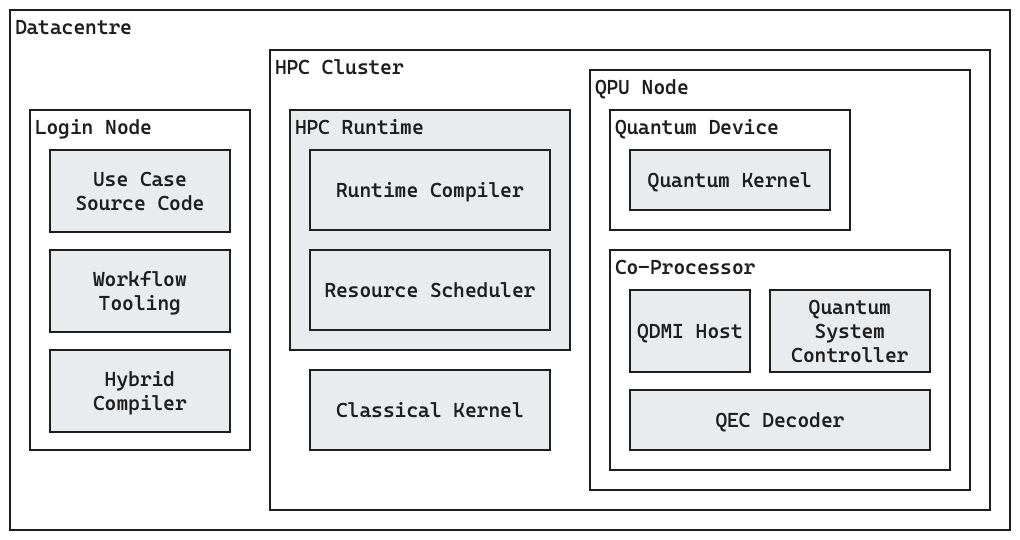
Above: docs/images/Deployment-HPC.excalidraw.png in FullStaQD/architecture (Excalidraw), before the change. Source tidied: one line per element, renumbered; positions are measured from the earlier drawing's top-left corner, leaving out a move shared by most shapes.
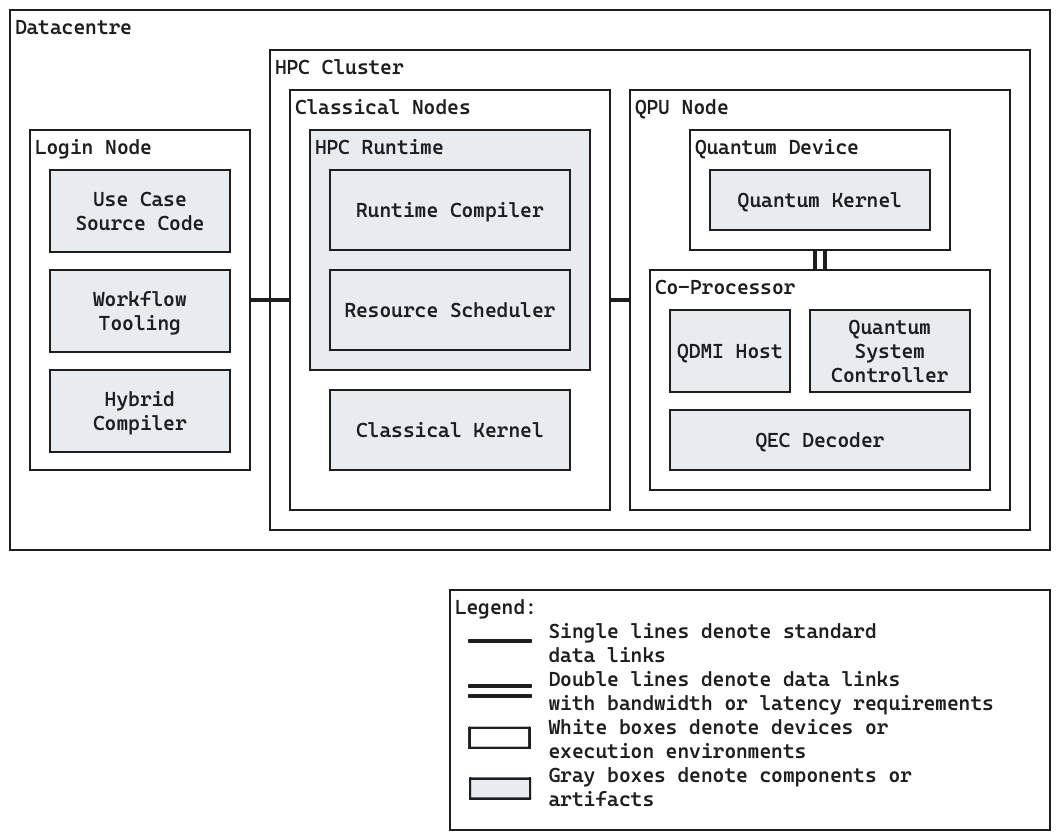
The same diagram one commit later.

Commit message:
fix: draw links in deployment diagram, add legend

Change to the diagram source:
```diff
@@ -1,36 +1,47 @@
-{"id": 0, "type": "rectangle", "strokeColor": "#1e1e1e", "backgroundColor": "#ffffff", "fillStyle": "solid", "strokeWidth": 1, "roughness": 0, "x": 0, "y": 0, "width": 1000, "height": 520}
+{"id": 0, "type": "rectangle", "strokeColor": "#1e1e1e", "backgroundColor": "#ffffff", "fillStyle": "solid", "strokeWidth": 1, "roughness": 0, "x": 0, "y": -20, "width": 1040, "height": 540}
-{"id": 1, "type": "text", "text": "Datacentre", "strokeColor": "#1e1e1e", "strokeWidth": 1, "roughness": 0, "fontSize": 20, "fontFamily": 3, "inside": 0, "x": 5, "y": 5, "width": 117, "height": 24}
+{"id": 1, "type": "text", "text": "Datacentre", "strokeColor": "#1e1e1e", "strokeWidth": 1, "roughness": 0, "fontSize": 20, "fontFamily": 3, "inside": 0, "x": 5, "y": -15, "width": 117, "height": 24}
+{"id": 8, "type": "rectangle", "strokeColor": "#1e1e1e", "backgroundColor": "#ffffff", "fillStyle": "solid", "strokeWidth": 1, "roughness": 0, "x": 260, "y": 20, "width": 760, "height": 480}
+{"id": 9, "type": "text", "text": "HPC Cluster", "strokeColor": "#1e1e1e", "strokeWidth": 1, "roughness": 0, "fontSize": 20, "fontFamily": 3, "inside": 8, "x": 265, "y": 25, "width": 129, "height": 24}
+{"id": 36, "type": "rectangle", "strokeColor": "#1e1e1e", "backgroundColor": "#ffffff", "fillStyle": "solid", "strokeWidth": 2, "roughness": 0, "x": 440, "y": 560, "width": 600, "height": 240}
+{"id": 37, "type": "text", "text": "Legend:\n        Single lines denote standard \n        data links\n        Double lines denote data links \n        with bandwidth or latency requirements\n        White boxes denote devices or \n        execution environments\n        Gray boxes denote components or \n        artifacts", "strokeColor": "#1e1e1e", "backgroundColor": "#ffffff", "fillStyle": "solid", "strokeWidth": 2, "roughness": 0, "fontSize": 20, "fontFamily": 3, "inside": 36, "x": 445, "y": 565, "width": 539, "height": 216}
+{"id": 38, "type": "rectangle", "strokeColor": "#1e1e1e", "backgroundColor": "#ffffff", "fillStyle": "solid", "strokeWidth": 2, "roughness": 0, "x": 460, "y": 698, "width": 60, "height": 20}
+{"id": 39, "type": "rectangle", "strokeColor": "#1e1e1e", "backgroundColor": "#e9ecef", "fillStyle": "solid", "strokeWidth": 2, "roughness": 0, "x": 460, "y": 749, "width": 60, "height": 20}
+{"id": 40, "type": "line", "strokeColor": "#1e1e1e", "backgroundColor": "#e9ecef", "fillStyle": "solid", "strokeWidth": 4, "roughness": 0, "x": 460, "y": 611, "width": 60, "height": 0, "points": [[0, 0], [60, 0]]}
+{"id": 41, "type": "line", "strokeColor": "#1e1e1e", "backgroundColor": "#e9ecef", "fillStyle": "solid", "strokeWidth": 4, "roughness": 0, "x": 460, "y": 656, "width": 60, "height": 0, "points": [[0, 0], [60, 0]]}
+{"id": 42, "type": "line", "strokeColor": "#1e1e1e", "backgroundColor": "#e9ecef", "fillStyle": "solid", "strokeWidth": 4, "roughness": 0, "x": 460, "y": 666, "width": 60, "height": 0, "points": [[0, 0], [60, 0]]}
+{"id": 43, "type": "line", "strokeColor": "#1e1e1e", "backgroundColor": "#e9ecef", "fillStyle": "solid", "strokeWidth": 4, "roughness": 0, "x": 240, "y": 270, "width": 40, "height": 0, "points": [[0, 0], [40, 0]]}
 {"id": 2, "type": "rectangle", "strokeColor": "#1e1e1e", "backgroundColor": "#ffffff", "fillStyle": "solid", "strokeWidth": 1, "roughness": 0, "x": 20, "y": 100, "width": 220, "height": 340}
 {"id": 3, "type": "text", "text": "Login Node", "strokeColor": "#1e1e1e", "strokeWidth": 1, "roughness": 0, "fontSize": 20, "fontFamily": 3, "inside": 2, "x": 25, "y": 105, "width": 117, "height": 24}
 {"id": 4, "type": "rectangle", "strokeColor": "#1e1e1e", "backgroundColor": "#e9ecef", "fillStyle": "solid", "strokeWidth": 1, "roughness": 0, "x": 40, "y": 240, "width": 180, "height": 82}
 {"id": 5, "type": "text", "text": "Workflow\nTooling", "strokeColor": "#1e1e1e", "backgroundColor": "#ffffff", "fillStyle": "solid", "strokeWidth": 1, "roughness": 0, "fontSize": 20, "fontFamily": 3, "textAlign": "center", "verticalAlign": "middle", "inside": 4, "x": 83, "y": 257, "width": 94, "height": 48}
 {"id": 6, "type": "rectangle", "strokeColor": "#1e1e1e", "backgroundColor": "#e9ecef", "fillStyle": "solid", "strokeWidth": 1, "roughness": 0, "x": 40, "y": 140, "width": 180, "height": 82}
 {"id": 7, "type": "text", "text": "Use Case\nSource Code", "strokeColor": "#1e1e1e", "backgroundColor": "#ffffff", "fillStyle": "solid", "strokeWidth": 1, "roughness": 0, "fontSize": 20, "fontFamily": 3, "textAlign": "center", "verticalAlign": "middle", "inside": 6, "x": 66, "y": 157, "width": 129, "height": 48}
-{"id": 8, "type": "rectangle", "strokeColor": "#1e1e1e", "backgroundColor": "#ffffff", "fillStyle": "solid", "strokeWidth": 1, "roughness": 0, "x": 260, "y": 40, "width": 720, "height": 460}
-{"id": 9, "type": "text", "text": "HPC Cluster", "strokeColor": "#1e1e1e", "strokeWidth": 1, "roughness": 0, "fontSize": 20, "fontFamily": 3, "inside": 8, "x": 265, "y": 45, "width": 129, "height": 24}
+{"id": 14, "type": "rectangle", "strokeColor": "#1e1e1e", "backgroundColor": "#e9ecef", "fillStyle": "solid", "strokeWidth": 1, "roughness": 0, "x": 40, "y": 340, "width": 180, "height": 82}
+{"id": 15, "type": "text", "text": "Hybrid\nCompiler", "strokeColor": "#1e1e1e", "backgroundColor": "#ffffff", "fillStyle": "solid", "strokeWidth": 1, "roughness": 0, "fontSize": 20, "fontFamily": 3, "textAlign": "center", "verticalAlign": "middle", "inside": 14, "x": 83, "y": 357, "width": 94, "height": 48}
+{"id": 44, "type": "line", "strokeColor": "#1e1e1e", "backgroundColor": "#e9ecef", "fillStyle": "solid", "strokeWidth": 4, "roughness": 0, "x": 600, "y": 270, "width": 20, "height": 0, "points": [[0, 0], [20, 0]]}
+{"id": 45, "type": "rectangle", "strokeColor": "#1e1e1e", "backgroundColor": "#ffffff", "fillStyle": "solid", "strokeWidth": 1, "roughness": 0, "x": 280, "y": 60, "width": 320, "height": 420}
+{"id": 46, "type": "text", "text": "Classical Nodes", "strokeColor": "#1e1e1e", "strokeWidth": 1, "roughness": 0, "fontSize": 20, "fontFamily": 3, "inside": 45, "x": 285, "y": 65, "width": 176, "height": 24}
-{"id": 10, "type": "rectangle", "strokeColor": "#1e1e1e", "backgroundColor": "#e9ecef", "fillStyle": "solid", "strokeWidth": 1, "roughness": 0, "x": 280, "y": 100, "width": 280, "height": 240}
+{"id": 10, "type": "rectangle", "strokeColor": "#1e1e1e", "backgroundColor": "#e9ecef", "fillStyle": "solid", "strokeWidth": 1, "roughness": 0, "x": 300, "y": 100, "width": 280, "height": 240}
-{"id": 11, "type": "text", "text": "HPC Runtime", "strokeColor": "#1e1e1e", "backgroundColor": "#ffffff", "fillStyle": "solid", "strokeWidth": 1, "roughness": 0, "fontSize": 20, "fontFamily": 3, "inside": 10, "x": 285, "y": 105, "width": 129, "height": 24}
+{"id": 11, "type": "text", "text": "HPC Runtime", "strokeColor": "#1e1e1e", "backgroundColor": "#ffffff", "fillStyle": "solid", "strokeWidth": 1, "roughness": 0, "fontSize": 20, "fontFamily": 3, "inside": 10, "x": 305, "y": 105, "width": 129, "height": 24}
-{"id": 12, "type": "rectangle", "strokeColor": "#1e1e1e", "backgroundColor": "#e9ecef", "fillStyle": "solid", "strokeWidth": 1, "roughness": 0, "x": 300, "y": 140, "width": 240, "height": 80}
+{"id": 12, "type": "rectangle", "strokeColor": "#1e1e1e", "backgroundColor": "#e9ecef", "fillStyle": "solid", "strokeWidth": 1, "roughness": 0, "x": 320, "y": 140, "width": 240, "height": 80}
-{"id": 13, "type": "text", "text": "Runtime Compiler", "strokeColor": "#1e1e1e", "backgroundColor": "#ffffff", "fillStyle": "solid", "strokeWidth": 1, "roughness": 0, "fontSize": 20, "fontFamily": 3, "textAlign": "center", "verticalAlign": "middle", "inside": 12, "x": 326, "y": 168, "width": 188, "height": 24}
+{"id": 13, "type": "text", "text": "Runtime Compiler", "strokeColor": "#1e1e1e", "backgroundColor": "#ffffff", "fillStyle": "solid", "strokeWidth": 1, "roughness": 0, "fontSize": 20, "fontFamily": 3, "textAlign": "center", "verticalAlign": "middle", "inside": 12, "x": 346, "y": 168, "width": 188, "height": 24}
-{"id": 14, "type": "rectangle", "strokeColor": "#1e1e1e", "backgroundColor": "#e9ecef", "fillStyle": "solid", "strokeWidth": 1, "roughness": 0, "x": 40, "y": 340, "width": 180, "height": 82}
-{"id": 15, "type": "text", "text": "Hybrid\nCompiler", "strokeColor": "#1e1e1e", "backgroundColor": "#ffffff", "fillStyle": "solid", "strokeWidth": 1, "roughness": 0, "fontSize": 20, "fontFamily": 3, "textAlign": "center", "verticalAlign": "middle", "inside": 14, "x": 83, "y": 357, "width": 94, "height": 48}
-{"id": 16, "type": "rectangle", "strokeColor": "#1e1e1e", "backgroundColor": "#e9ecef", "fillStyle": "solid", "strokeWidth": 1, "roughness": 0, "x": 300, "y": 240, "width": 240, "height": 80}
+{"id": 16, "type": "rectangle", "strokeColor": "#1e1e1e", "backgroundColor": "#e9ecef", "fillStyle": "solid", "strokeWidth": 1, "roughness": 0, "x": 320, "y": 240, "width": 240, "height": 80}
-{"id": 17, "type": "text", "text": "Resource Scheduler", "strokeColor": "#1e1e1e", "backgroundColor": "#ffffff", "fillStyle": "solid", "strokeWidth": 1, "roughness": 0, "fontSize": 20, "fontFamily": 3, "textAlign": "center", "verticalAlign": "middle", "inside": 16, "x": 315, "y": 268, "width": 211, "height": 24}
+{"id": 17, "type": "text", "text": "Resource Scheduler", "strokeColor": "#1e1e1e", "backgroundColor": "#ffffff", "fillStyle": "solid", "strokeWidth": 1, "roughness": 0, "fontSize": 20, "fontFamily": 3, "textAlign": "center", "verticalAlign": "middle", "inside": 16, "x": 335, "y": 268, "width": 211, "height": 24}
-{"id": 18, "type": "rectangle", "strokeColor": "#1e1e1e", "backgroundColor": "#e9ecef", "fillStyle": "solid", "strokeWidth": 1, "roughness": 0, "x": 300, "y": 360, "width": 240, "height": 80}
+{"id": 18, "type": "rectangle", "strokeColor": "#1e1e1e", "backgroundColor": "#e9ecef", "fillStyle": "solid", "strokeWidth": 1, "roughness": 0, "x": 320, "y": 360, "width": 240, "height": 80}
-{"id": 19, "type": "text", "text": "Classical Kernel", "strokeColor": "#1e1e1e", "backgroundColor": "#ffffff", "fillStyle": "solid", "strokeWidth": 1, "roughness": 0, "fontSize": 20, "fontFamily": 3, "textAlign": "center", "verticalAlign": "middle", "inside": 18, "x": 326, "y": 388, "width": 188, "height": 24}
+{"id": 19, "type": "text", "text": "Classical Kernel", "strokeColor": "#1e1e1e", "backgroundColor": "#ffffff", "fillStyle": "solid", "strokeWidth": 1, "roughness": 0, "fontSize": 20, "fontFamily": 3, "textAlign": "center", "verticalAlign": "middle", "inside": 18, "x": 346, "y": 388, "width": 188, "height": 24}
-{"id": 20, "type": "rectangle", "strokeColor": "#1e1e1e", "backgroundColor": "#ffffff", "fillStyle": "solid", "strokeWidth": 1, "roughness": 0, "x": 580, "y": 60, "width": 280, "height": 320}
-{"id": 21, "type": "text", "text": "QPU Node", "strokeColor": "#1e1e1e", "strokeWidth": 1, "roughness": 0, "fontSize": 20, "fontFamily": 3, "inside": 20, "x": 585, "y": 65, "width": 94, "height": 24}
-{"id": 22, "type": "rectangle", "strokeColor": "#1e1e1e", "backgroundColor": "#ffffff", "fillStyle": "solid", "strokeWidth": 1, "roughness": 0, "x": 580, "y": 60, "width": 380, "height": 420}
+{"id": 22, "type": "rectangle", "strokeColor": "#1e1e1e", "backgroundColor": "#ffffff", "fillStyle": "solid", "strokeWidth": 1, "roughness": 0, "x": 620, "y": 60, "width": 380, "height": 420}
-{"id": 23, "type": "text", "text": "QPU Node", "strokeColor": "#1e1e1e", "strokeWidth": 1, "roughness": 0, "fontSize": 20, "fontFamily": 3, "inside": 22, "x": 585, "y": 65, "width": 94, "height": 24}
+{"id": 23, "type": "text", "text": "QPU Node", "strokeColor": "#1e1e1e", "strokeWidth": 1, "roughness": 0, "fontSize": 20, "fontFamily": 3, "inside": 22, "x": 625, "y": 65, "width": 94, "height": 24}
+{"id": 47, "type": "line", "strokeColor": "#1e1e1e", "backgroundColor": "#e9ecef", "fillStyle": "solid", "strokeWidth": 4, "roughness": 0, "x": 805, "y": 220, "width": 0, "height": 20, "points": [[0, 0], [0, 20]]}
+{"id": 48, "type": "line", "strokeColor": "#1e1e1e", "backgroundColor": "#e9ecef", "fillStyle": "solid", "strokeWidth": 4, "roughness": 0, "x": 815, "y": 220, "width": 0, "height": 20, "points": [[0, 0], [0, 20]]}
-{"id": 24, "type": "rectangle", "strokeColor": "#1e1e1e", "backgroundColor": "#ffffff", "fillStyle": "solid", "strokeWidth": 1, "roughness": 0, "x": 600, "y": 100, "width": 240, "height": 120}
+{"id": 24, "type": "rectangle", "strokeColor": "#1e1e1e", "backgroundColor": "#ffffff", "fillStyle": "solid", "strokeWidth": 1, "roughness": 0, "x": 680, "y": 100, "width": 260, "height": 120}
-{"id": 25, "type": "text", "text": "Quantum Device", "strokeColor": "#1e1e1e", "strokeWidth": 1, "roughness": 0, "fontSize": 20, "fontFamily": 3, "inside": 24, "x": 605, "y": 105, "width": 164, "height": 24}
+{"id": 25, "type": "text", "text": "Quantum Device", "strokeColor": "#1e1e1e", "strokeWidth": 1, "roughness": 0, "fontSize": 20, "fontFamily": 3, "inside": 24, "x": 685, "y": 105, "width": 164, "height": 24}
-{"id": 26, "type": "rectangle", "strokeColor": "#1e1e1e", "backgroundColor": "#ffffff", "fillStyle": "solid", "strokeWidth": 1, "roughness": 0, "x": 600, "y": 240, "width": 340, "height": 220}
+{"id": 26, "type": "rectangle", "strokeColor": "#1e1e1e", "backgroundColor": "#ffffff", "fillStyle": "solid", "strokeWidth": 1, "roughness": 0, "x": 640, "y": 240, "width": 340, "height": 220}
-{"id": 27, "type": "text", "text": "Co-Processor", "strokeColor": "#1e1e1e", "strokeWidth": 1, "roughness": 0, "fontSize": 20, "fontFamily": 3, "inside": 26, "x": 605, "y": 245, "width": 141, "height": 24}
+{"id": 27, "type": "text", "text": "Co-Processor", "strokeColor": "#1e1e1e", "strokeWidth": 1, "roughness": 0, "fontSize": 20, "fontFamily": 3, "inside": 26, "x": 645, "y": 245, "width": 141, "height": 24}
-{"id": 28, "type": "rectangle", "strokeColor": "#1e1e1e", "backgroundColor": "#e9ecef", "fillStyle": "solid", "strokeWidth": 1, "roughness": 0, "x": 620, "y": 140, "width": 200, "height": 60}
+{"id": 28, "type": "rectangle", "strokeColor": "#1e1e1e", "backgroundColor": "#e9ecef", "fillStyle": "solid", "strokeWidth": 1, "roughness": 0, "x": 700, "y": 140, "width": 220, "height": 60}
-{"id": 29, "type": "text", "text": "Quantum Kernel", "strokeColor": "#1e1e1e", "backgroundColor": "#ffffff", "fillStyle": "solid", "strokeWidth": 1, "roughness": 0, "fontSize": 20, "fontFamily": 3, "textAlign": "center", "verticalAlign": "middle", "inside": 28, "x": 638, "y": 158, "width": 164, "height": 24}
+{"id": 29, "type": "text", "text": "Quantum Kernel", "strokeColor": "#1e1e1e", "backgroundColor": "#ffffff", "fillStyle": "solid", "strokeWidth": 1, "roughness": 0, "fontSize": 20, "fontFamily": 3, "textAlign": "center", "verticalAlign": "middle", "inside": 28, "x": 728, "y": 158, "width": 164, "height": 24}
-{"id": 30, "type": "rectangle", "strokeColor": "#1e1e1e", "backgroundColor": "#e9ecef", "fillStyle": "solid", "strokeWidth": 1, "roughness": 0, "x": 620, "y": 280, "width": 120, "height": 82}
-{"id": 31, "type": "text", "text": "\nQDMI Host\n", "strokeColor": "#1e1e1e", "backgroundColor": "#ffffff", "fillStyle": "solid", "strokeWidth": 1, "roughness": 0, "fontSize": 20, "fontFamily": 3, "textAlign": "center", "verticalAlign": "middle", "inside": 30, "x": 627, "y": 285, "width": 105, "height": 72}
-{"id": 32, "type": "rectangle", "strokeColor": "#1e1e1e", "backgroundColor": "#e9ecef", "fillStyle": "solid", "strokeWidth": 1, "roughness": 0, "x": 760, "y": 280, "width": 160, "height": 82}
+{"id": 32, "type": "rectangle", "strokeColor": "#1e1e1e", "backgroundColor": "#e9ecef", "fillStyle": "solid", "strokeWidth": 1, "roughness": 0, "x": 800, "y": 280, "width": 160, "height": 82}
-{"id": 33, "type": "text", "text": "Quantum\nSystem\nController", "strokeColor": "#1e1e1e", "backgroundColor": "#ffffff", "fillStyle": "solid", "strokeWidth": 1, "roughness": 0, "fontSize": 20, "fontFamily": 3, "textAlign": "center", "verticalAlign": "middle", "inside": 32, "x": 781, "y": 285, "width": 117, "height": 72}
+{"id": 33, "type": "text", "text": "Quantum\nSystem\nController", "strokeColor": "#1e1e1e", "backgroundColor": "#ffffff", "fillStyle": "solid", "strokeWidth": 1, "roughness": 0, "fontSize": 20, "fontFamily": 3, "textAlign": "center", "verticalAlign": "middle", "inside": 32, "x": 821, "y": 285, "width": 117, "height": 72}
-{"id": 34, "type": "rectangle", "strokeColor": "#1e1e1e", "backgroundColor": "#e9ecef", "fillStyle": "solid", "strokeWidth": 1, "roughness": 0, "x": 620, "y": 380, "width": 300, "height": 60}
+{"id": 34, "type": "rectangle", "strokeColor": "#1e1e1e", "backgroundColor": "#e9ecef", "fillStyle": "solid", "strokeWidth": 1, "roughness": 0, "x": 660, "y": 380, "width": 300, "height": 60}
-{"id": 35, "type": "text", "text": "QEC Decoder", "strokeColor": "#1e1e1e", "backgroundColor": "#ffffff", "fillStyle": "solid", "strokeWidth": 1, "roughness": 0, "fontSize": 20, "fontFamily": 3, "textAlign": "center", "verticalAlign": "middle", "inside": 34, "x": 706, "y": 398, "width": 129, "height": 24}
+{"id": 35, "type": "text", "text": "QEC Decoder", "strokeColor": "#1e1e1e", "backgroundColor": "#ffffff", "fillStyle": "solid", "strokeWidth": 1, "roughness": 0, "fontSize": 20, "fontFamily": 3, "textAlign": "center", "verticalAlign": "middle", "inside": 34, "x": 746, "y": 398, "width": 129, "height": 24}
+{"id": 30, "type": "rectangle", "strokeColor": "#1e1e1e", "backgroundColor": "#e9ecef", "fillStyle": "solid", "strokeWidth": 1, "roughness": 0, "x": 660, "y": 280, "width": 120, "height": 82}
+{"id": 31, "type": "text", "text": "\nQDMI Host\n", "strokeColor": "#1e1e1e", "backgroundColor": "#ffffff", "fillStyle": "solid", "strokeWidth": 1, "roughness": 0, "fontSize": 20, "fontFamily": 3, "textAlign": "center", "verticalAlign": "middle", "inside": 30, "x": 667, "y": 285, "width": 105, "height": 72}
```
